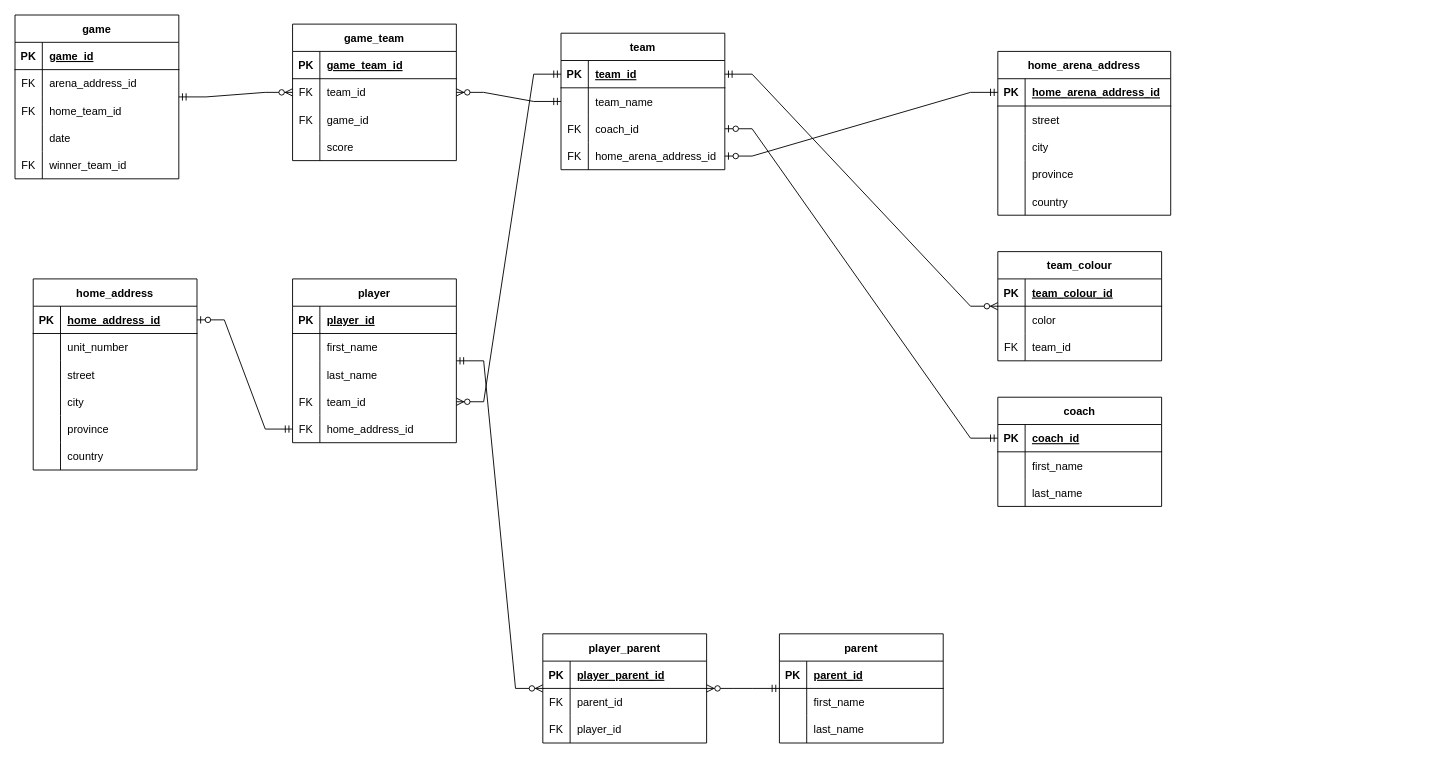
Above: week 4/Hockey_database_Good_Design.drawio in iliaamiri/comp-2350-web-database-draw.io (draw.io), before the change. Source tidied: cells renumbered, new cells numbered last; positions are measured from the earlier drawing's top-left corner, leaving out a move shared by most shapes. Both pictures are drawn from the tidied source at 91%, with x=0, y=0 at pixel (15, 15).
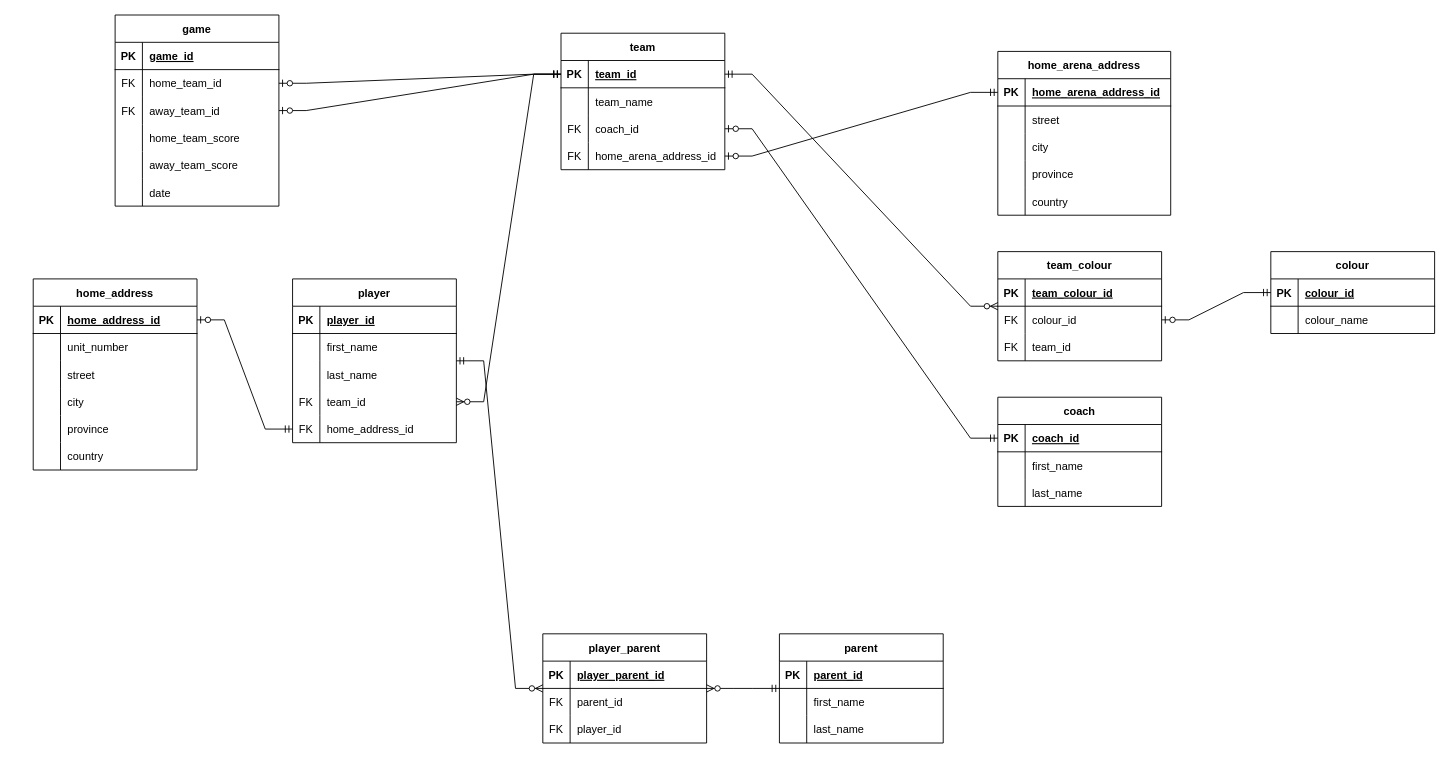
The same page after the edit.

The change refers to these unchanged cells:
```xml
<mxCell id="2" value="team" style="shape=table;startSize=30;childLayout=tableLayout;rowLines=0;fontStyle=1;align=center;" parent="1" vertex="1">
  <mxGeometry x="600" y="20" width="180" height="150" as="geometry" />
</mxCell>
<mxCell id="3" style="shape=tableRow;horizontal=0;startSize=0;swimlaneHead=0;swimlaneBody=0;fillColor=none;points=[[0,0.5],[1,0.5]];portConstraint=eastwest;top=0;left=0;right=0;bottom=1;" parent="2" vertex="1">
  <mxGeometry y="30" width="180" height="30" as="geometry" />
</mxCell>
<mxCell id="46" style="shape=tableRow;horizontal=0;startSize=0;swimlaneHead=0;swimlaneBody=0;fillColor=none;points=[[0,0.5],[1,0.5]];portConstraint=eastwest;top=0;left=0;right=0;bottom=0;" parent="42" vertex="1">
  <mxGeometry y="60" width="180" height="30" as="geometry" />
</mxCell>
```

What changed in the source:
```diff
@@
-    <mxCell id="47" style="shape=partialRectangle;fillColor=none;top=0;left=0;bottom=0;right=0;overflow=hidden;" parent="46" vertex="1">
+    <mxCell id="47" value="FK" style="shape=partialRectangle;fillColor=none;top=0;left=0;bottom=0;right=0;overflow=hidden;" parent="46" vertex="1">
       <mxGeometry width="30" height="30" as="geometry" />
     </mxCell>
-    <mxCell id="48" value="color" style="shape=partialRectangle;fillColor=none;top=0;left=0;bottom=0;right=0;align=left;spacingLeft=6;overflow=hidden;" parent="46" vertex="1">
+    <mxCell id="48" value="colour_id" style="shape=partialRectangle;fillColor=none;top=0;left=0;bottom=0;right=0;align=left;spacingLeft=6;overflow=hidden;" parent="46" vertex="1">
       <mxGeometry x="30" width="150" height="30" as="geometry" />
     </mxCell>
@@
-    <mxCell id="110" value="game" style="shape=table;startSize=30;childLayout=tableLayout;rowLines=0;fontStyle=1;align=center;" parent="1" vertex="1">
-      <mxGeometry width="180" height="180" as="geometry" />
-    </mxCell>
-    <mxCell id="111" style="shape=tableRow;horizontal=0;startSize=0;swimlaneHead=0;swimlaneBody=0;fillColor=none;top=0;left=0;right=0;bottom=1;" parent="110" vertex="1">
-      <mxGeometry y="30" width="180" height="30" as="geometry" />
-    </mxCell>
-    <mxCell id="112" value="PK" style="shape=partialRectangle;fillColor=none;top=0;left=0;bottom=0;right=0;fontStyle=1;overflow=hidden;" parent="111" vertex="1">
-      <mxGeometry width="30" height="30" as="geometry" />
-    </mxCell>
-    <mxCell id="113" value="game_id" style="shape=partialRectangle;fillColor=none;top=0;left=0;bottom=0;right=0;align=left;spacingLeft=6;fontStyle=5;overflow=hidden;" parent="111" vertex="1">
-      <mxGeometry x="30" width="150" height="30" as="geometry" />
-    </mxCell>
-    <mxCell id="114" style="shape=tableRow;horizontal=0;startSize=0;swimlaneHead=0;swimlaneBody=0;fillColor=none;top=0;left=0;right=0;bottom=0;" parent="110" vertex="1">
-      <mxGeometry y="60" width="180" height="30" as="geometry" />
-    </mxCell>
-    <mxCell id="115" value="FK" style="shape=partialRectangle;fillColor=none;top=0;left=0;bottom=0;right=0;overflow=hidden;" parent="114" vertex="1">
-      <mxGeometry width="30" height="30" as="geometry" />
-    </mxCell>
-    <mxCell id="116" value="arena_address_id" style="shape=partialRectangle;fillColor=none;top=0;left=0;bottom=0;right=0;align=left;spacingLeft=6;overflow=hidden;" parent="114" vertex="1">
-      <mxGeometry x="30" width="150" height="30" as="geometry" />
-    </mxCell>
-    <mxCell id="117" style="shape=tableRow;horizontal=0;startSize=0;swimlaneHead=0;swimlaneBody=0;fillColor=none;top=0;left=0;right=0;bottom=0;" parent="110" vertex="1">
-      <mxGeometry y="90" width="180" height="30" as="geometry" />
-    </mxCell>
-    <mxCell id="118" value="FK" style="shape=partialRectangle;fillColor=none;top=0;left=0;bottom=0;right=0;overflow=hidden;" parent="117" vertex="1">
-      <mxGeometry width="30" height="30" as="geometry" />
-    </mxCell>
-    <mxCell id="119" value="home_team_id" style="shape=partialRectangle;fillColor=none;top=0;left=0;bottom=0;right=0;align=left;spacingLeft=6;overflow=hidden;" parent="117" vertex="1">
-      <mxGeometry x="30" width="150" height="30" as="geometry" />
-    </mxCell>
-    <mxCell id="120" style="shape=tableRow;horizontal=0;startSize=0;swimlaneHead=0;swimlaneBody=0;fillColor=none;top=0;left=0;right=0;bottom=0;" parent="110" vertex="1">
-      <mxGeometry y="120" width="180" height="30" as="geometry" />
-    </mxCell>
-    <mxCell id="121" style="shape=partialRectangle;fillColor=none;top=0;left=0;bottom=0;right=0;overflow=hidden;" parent="120" vertex="1">
-      <mxGeometry width="30" height="30" as="geometry" />
-    </mxCell>
-    <mxCell id="122" value="date" style="shape=partialRectangle;fillColor=none;top=0;left=0;bottom=0;right=0;align=left;spacingLeft=6;overflow=hidden;" parent="120" vertex="1">
-      <mxGeometry x="30" width="150" height="30" as="geometry" />
-    </mxCell>
-    <mxCell id="123" style="shape=tableRow;horizontal=0;startSize=0;swimlaneHead=0;swimlaneBody=0;fillColor=none;top=0;left=0;right=0;bottom=0;" parent="110" vertex="1">
-      <mxGeometry y="150" width="180" height="30" as="geometry" />
-    </mxCell>
-    <mxCell id="124" value="FK" style="shape=partialRectangle;fillColor=none;top=0;left=0;bottom=0;right=0;overflow=hidden;" parent="123" vertex="1">
-      <mxGeometry width="30" height="30" as="geometry" />
-    </mxCell>
-    <mxCell id="125" value="winner_team_id" style="shape=partialRectangle;fillColor=none;top=0;left=0;bottom=0;right=0;align=left;spacingLeft=6;overflow=hidden;" parent="123" vertex="1">
-      <mxGeometry x="30" width="150" height="30" as="geometry" />
-    </mxCell>
-    <mxCell id="126" value="game_team" style="shape=table;startSize=30;childLayout=tableLayout;rowLines=0;fontStyle=1;align=center;" parent="1" vertex="1">
-      <mxGeometry x="305" y="10" width="180" height="150" as="geometry" />
-    </mxCell>
-    <mxCell id="127" style="shape=tableRow;horizontal=0;startSize=0;swimlaneHead=0;swimlaneBody=0;fillColor=none;top=0;left=0;right=0;bottom=1;" parent="126" vertex="1">
-      <mxGeometry y="30" width="180" height="30" as="geometry" />
-    </mxCell>
-    <mxCell id="128" value="PK" style="shape=partialRectangle;fillColor=none;top=0;left=0;bottom=0;right=0;fontStyle=1;overflow=hidden;" parent="127" vertex="1">
-      <mxGeometry width="30" height="30" as="geometry" />
-    </mxCell>
-    <mxCell id="129" value="game_team_id" style="shape=partialRectangle;fillColor=none;top=0;left=0;bottom=0;right=0;align=left;spacingLeft=6;fontStyle=5;overflow=hidden;" parent="127" vertex="1">
-      <mxGeometry x="30" width="150" height="30" as="geometry" />
-    </mxCell>
-    <mxCell id="130" style="shape=tableRow;horizontal=0;startSize=0;swimlaneHead=0;swimlaneBody=0;fillColor=none;top=0;left=0;right=0;bottom=0;" parent="126" vertex="1">
-      <mxGeometry y="60" width="180" height="30" as="geometry" />
-    </mxCell>
-    <mxCell id="131" value="FK" style="shape=partialRectangle;fillColor=none;top=0;left=0;bottom=0;right=0;overflow=hidden;" parent="130" vertex="1">
-      <mxGeometry width="30" height="30" as="geometry" />
-    </mxCell>
-    <mxCell id="132" value="team_id" style="shape=partialRectangle;fillColor=none;top=0;left=0;bottom=0;right=0;align=left;spacingLeft=6;overflow=hidden;" parent="130" vertex="1">
-      <mxGeometry x="30" width="150" height="30" as="geometry" />
-    </mxCell>
-    <mxCell id="133" style="shape=tableRow;horizontal=0;startSize=0;swimlaneHead=0;swimlaneBody=0;fillColor=none;top=0;left=0;right=0;bottom=0;" parent="126" vertex="1">
-      <mxGeometry y="90" width="180" height="30" as="geometry" />
-    </mxCell>
-    <mxCell id="134" value="FK" style="shape=partialRectangle;fillColor=none;top=0;left=0;bottom=0;right=0;overflow=hidden;" parent="133" vertex="1">
-      <mxGeometry width="30" height="30" as="geometry" />
-    </mxCell>
-    <mxCell id="135" value="game_id" style="shape=partialRectangle;fillColor=none;top=0;left=0;bottom=0;right=0;align=left;spacingLeft=6;overflow=hidden;" parent="133" vertex="1">
-      <mxGeometry x="30" width="150" height="30" as="geometry" />
-    </mxCell>
-    <mxCell id="136" style="shape=tableRow;horizontal=0;startSize=0;swimlaneHead=0;swimlaneBody=0;fillColor=none;top=0;left=0;right=0;bottom=0;" parent="126" vertex="1">
-      <mxGeometry y="120" width="180" height="30" as="geometry" />
-    </mxCell>
-    <mxCell id="137" style="shape=partialRectangle;fillColor=none;top=0;left=0;bottom=0;right=0;overflow=hidden;" parent="136" vertex="1">
-      <mxGeometry width="30" height="30" as="geometry" />
-    </mxCell>
-    <mxCell id="138" value="score" style="shape=partialRectangle;fillColor=none;top=0;left=0;bottom=0;right=0;align=left;spacingLeft=6;overflow=hidden;" parent="136" vertex="1">
-      <mxGeometry x="30" width="150" height="30" as="geometry" />
-    </mxCell>
-    <mxCell id="139" style="edgeStyle=entityRelationEdgeStyle;fontSize=12;html=1;endArrow=ERzeroToMany;startArrow=ERmandOne;rounded=0;" parent="1" edge="1" source="110" target="126">
-      <mxGeometry relative="1" as="geometry" />
-    </mxCell>
@@
-    <mxCell id="143" style="edgeStyle=entityRelationEdgeStyle;fontSize=12;html=1;endArrow=ERzeroToMany;startArrow=ERmandOne;rounded=0;" parent="1" edge="1" source="2" target="126">
-      <mxGeometry relative="1" as="geometry" />
-    </mxCell>
+    <mxCell id="110" value="game" style="shape=table;startSize=30;childLayout=tableLayout;rowLines=0;fontStyle=1;align=center;" parent="1" vertex="1">
+      <mxGeometry x="110" width="180" height="210" as="geometry" />
+    </mxCell>
+    <mxCell id="144" style="shape=tableRow;horizontal=0;startSize=0;swimlaneHead=0;swimlaneBody=0;fillColor=none;top=0;left=0;right=0;bottom=1;" parent="110" vertex="1">
+      <mxGeometry y="30" width="180" height="30" as="geometry" />
+    </mxCell>
+    <mxCell id="145" value="PK" style="shape=partialRectangle;fillColor=none;top=0;left=0;bottom=0;right=0;fontStyle=1;overflow=hidden;" parent="144" vertex="1">
+      <mxGeometry width="30" height="30" as="geometry" />
+    </mxCell>
+    <mxCell id="113" value="game_id" style="shape=partialRectangle;fillColor=none;top=0;left=0;bottom=0;right=0;align=left;spacingLeft=6;fontStyle=5;overflow=hidden;" parent="144" vertex="1">
+      <mxGeometry x="30" width="150" height="30" as="geometry" />
+    </mxCell>
+    <mxCell id="146" style="shape=tableRow;horizontal=0;startSize=0;swimlaneHead=0;swimlaneBody=0;fillColor=none;points=[[0,0.5],[1,0.5]];portConstraint=eastwest;top=0;left=0;right=0;bottom=0;" parent="110" vertex="1">
+      <mxGeometry y="60" width="180" height="30" as="geometry" />
+    </mxCell>
+    <mxCell id="147" value="FK" style="shape=partialRectangle;fillColor=none;top=0;left=0;bottom=0;right=0;overflow=hidden;" parent="146" vertex="1">
+      <mxGeometry width="30" height="30" as="geometry" />
+    </mxCell>
+    <mxCell id="119" value="home_team_id" style="shape=partialRectangle;fillColor=none;top=0;left=0;bottom=0;right=0;align=left;spacingLeft=6;overflow=hidden;" parent="146" vertex="1">
+      <mxGeometry x="30" width="150" height="30" as="geometry" />
+    </mxCell>
+    <mxCell id="148" style="shape=tableRow;horizontal=0;startSize=0;swimlaneHead=0;swimlaneBody=0;fillColor=none;points=[[0,0.5],[1,0.5]];portConstraint=eastwest;top=0;left=0;right=0;bottom=0;" parent="110" vertex="1">
+      <mxGeometry y="90" width="180" height="30" as="geometry" />
+    </mxCell>
+    <mxCell id="149" value="FK" style="shape=partialRectangle;fillColor=none;top=0;left=0;bottom=0;right=0;overflow=hidden;" parent="148" vertex="1">
+      <mxGeometry width="30" height="30" as="geometry" />
+    </mxCell>
+    <mxCell id="150" value="away_team_id" style="shape=partialRectangle;fillColor=none;top=0;left=0;bottom=0;right=0;align=left;spacingLeft=6;overflow=hidden;" parent="148" vertex="1">
+      <mxGeometry x="30" width="150" height="30" as="geometry" />
+    </mxCell>
+    <mxCell id="151" style="shape=tableRow;horizontal=0;startSize=0;swimlaneHead=0;swimlaneBody=0;fillColor=none;top=0;left=0;right=0;bottom=0;" parent="110" vertex="1">
+      <mxGeometry y="120" width="180" height="30" as="geometry" />
+    </mxCell>
+    <mxCell id="152" style="shape=partialRectangle;fillColor=none;top=0;left=0;bottom=0;right=0;overflow=hidden;" parent="151" vertex="1">
+      <mxGeometry width="30" height="30" as="geometry" />
+    </mxCell>
+    <mxCell id="153" value="home_team_score" style="shape=partialRectangle;fillColor=none;top=0;left=0;bottom=0;right=0;align=left;spacingLeft=6;overflow=hidden;" parent="151" vertex="1">
+      <mxGeometry x="30" width="150" height="30" as="geometry" />
+    </mxCell>
+    <mxCell id="123" style="shape=tableRow;horizontal=0;startSize=0;swimlaneHead=0;swimlaneBody=0;fillColor=none;top=0;left=0;right=0;bottom=0;" parent="110" vertex="1">
+      <mxGeometry y="150" width="180" height="30" as="geometry" />
+    </mxCell>
+    <mxCell id="154" style="shape=partialRectangle;fillColor=none;top=0;left=0;bottom=0;right=0;overflow=hidden;" parent="123" vertex="1">
+      <mxGeometry width="30" height="30" as="geometry" />
+    </mxCell>
+    <mxCell id="155" value="away_team_score" style="shape=partialRectangle;fillColor=none;top=0;left=0;bottom=0;right=0;align=left;spacingLeft=6;overflow=hidden;" parent="123" vertex="1">
+      <mxGeometry x="30" width="150" height="30" as="geometry" />
+    </mxCell>
+    <mxCell id="156" style="shape=tableRow;horizontal=0;startSize=0;swimlaneHead=0;swimlaneBody=0;fillColor=none;top=0;left=0;right=0;bottom=0;" parent="110" vertex="1">
+      <mxGeometry y="180" width="180" height="30" as="geometry" />
+    </mxCell>
+    <mxCell id="157" style="shape=partialRectangle;fillColor=none;top=0;left=0;bottom=0;right=0;overflow=hidden;" parent="156" vertex="1">
+      <mxGeometry width="30" height="30" as="geometry" />
+    </mxCell>
+    <mxCell id="122" value="date" style="shape=partialRectangle;fillColor=none;top=0;left=0;bottom=0;right=0;align=left;spacingLeft=6;overflow=hidden;" parent="156" vertex="1">
+      <mxGeometry x="30" width="150" height="30" as="geometry" />
+    </mxCell>
+    <mxCell id="158" value="colour" style="shape=table;startSize=30;childLayout=tableLayout;rowLines=0;fontStyle=1;align=center;" parent="1" vertex="1">
+      <mxGeometry x="1380" y="260" width="180" height="90" as="geometry" />
+    </mxCell>
+    <mxCell id="159" style="shape=tableRow;horizontal=0;startSize=0;swimlaneHead=0;swimlaneBody=0;fillColor=none;points=[[0,0.5],[1,0.5]];portConstraint=eastwest;top=0;left=0;right=0;bottom=1;" parent="158" vertex="1">
+      <mxGeometry y="30" width="180" height="30" as="geometry" />
+    </mxCell>
+    <mxCell id="160" value="PK" style="shape=partialRectangle;fillColor=none;top=0;left=0;bottom=0;right=0;fontStyle=1;overflow=hidden;" parent="159" vertex="1">
+      <mxGeometry width="30" height="30" as="geometry" />
+    </mxCell>
+    <mxCell id="161" value="colour_id" style="shape=partialRectangle;fillColor=none;top=0;left=0;bottom=0;right=0;align=left;spacingLeft=6;fontStyle=5;overflow=hidden;" parent="159" vertex="1">
+      <mxGeometry x="30" width="150" height="30" as="geometry" />
+    </mxCell>
+    <mxCell id="162" style="shape=tableRow;horizontal=0;startSize=0;swimlaneHead=0;swimlaneBody=0;fillColor=none;top=0;left=0;right=0;bottom=0;" parent="158" vertex="1">
+      <mxGeometry y="60" width="180" height="30" as="geometry" />
+    </mxCell>
+    <mxCell id="163" style="shape=partialRectangle;fillColor=none;top=0;left=0;bottom=0;right=0;overflow=hidden;" parent="162" vertex="1">
+      <mxGeometry width="30" height="30" as="geometry" />
+    </mxCell>
+    <mxCell id="164" value="colour_name" style="shape=partialRectangle;fillColor=none;top=0;left=0;bottom=0;right=0;align=left;spacingLeft=6;overflow=hidden;" parent="162" vertex="1">
+      <mxGeometry x="30" width="150" height="30" as="geometry" />
+    </mxCell>
+    <mxCell id="165" style="edgeStyle=entityRelationEdgeStyle;fontSize=12;html=1;endArrow=ERzeroToOne;startArrow=ERmandOne;rounded=0;" parent="1" edge="1" source="159" target="46">
+      <mxGeometry relative="1" as="geometry" />
+    </mxCell>
+    <mxCell id="166" style="edgeStyle=entityRelationEdgeStyle;fontSize=12;html=1;endArrow=ERzeroToOne;startArrow=ERmandOne;rounded=0;" parent="1" edge="1" source="3" target="146">
+      <mxGeometry relative="1" as="geometry" />
+    </mxCell>
+    <mxCell id="167" style="edgeStyle=entityRelationEdgeStyle;fontSize=12;html=1;endArrow=ERzeroToOne;startArrow=ERmandOne;rounded=0;" parent="1" edge="1" source="3" target="148">
+      <mxGeometry relative="1" as="geometry" />
+    </mxCell>
```
